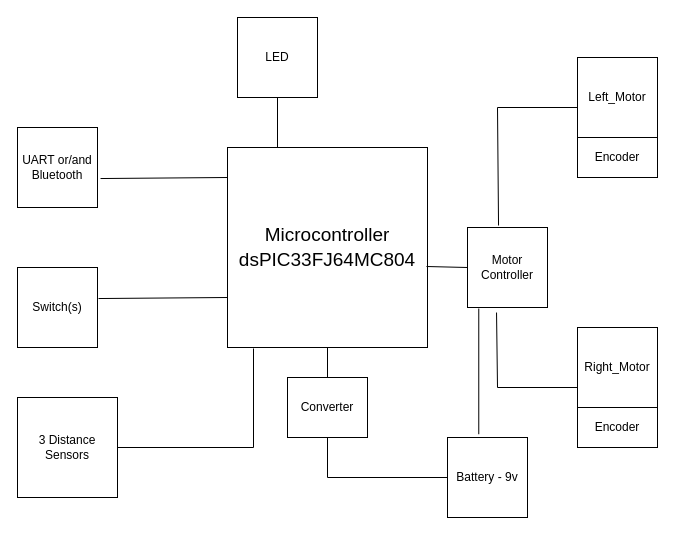
Earlier version of the draw.io diagram draft/block_diagram.drawio (AminSeffo/Micromouse). Source tidied: cells renumbered, new cells numbered last; positions are measured from the earlier drawing's top-left corner, leaving out a move shared by most shapes. Both pictures are drawn from the tidied source at 100%, with x=0, y=0 at pixel (17, 17).
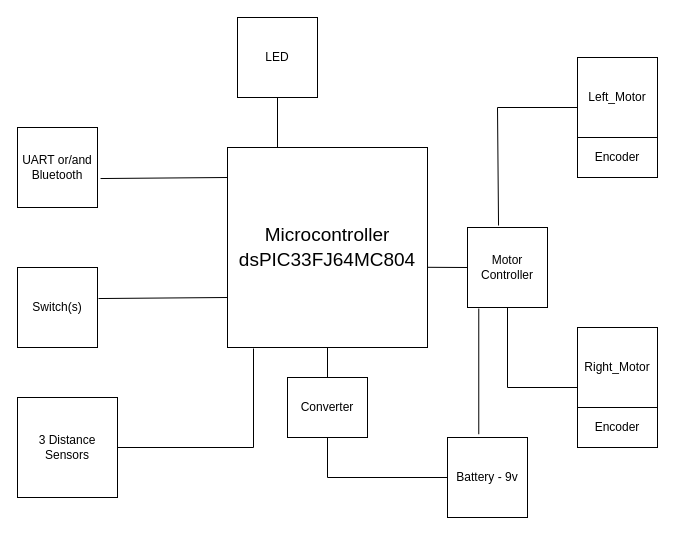
After the change.

The change refers to these unchanged cells:
```xml
<mxCell id="2" value="&lt;font style=&quot;font-size: 19px;&quot;&gt;Microcontroller&lt;br&gt;dsPIC33FJ64MC804&lt;/font&gt;&lt;span style=&quot;font-size: 20px;&quot;&gt;&lt;br&gt;&lt;/span&gt;" style="whiteSpace=wrap;html=1;" parent="1" vertex="1">
  <mxGeometry x="210" y="130" width="200" height="200" as="geometry" />
</mxCell>
<mxCell id="4" value="Right_Motor" style="whiteSpace=wrap;html=1;" parent="1" vertex="1">
  <mxGeometry x="560" y="310" width="80" height="80" as="geometry" />
</mxCell>
<mxCell id="17" value="&lt;div&gt;Motor &lt;br&gt;&lt;/div&gt;&lt;div&gt;Controller&lt;/div&gt;" style="whiteSpace=wrap;html=1;" parent="1" vertex="1">
  <mxGeometry x="450" y="210" width="80" height="80" as="geometry" />
</mxCell>
```

Change to the diagram source:
```diff
@@
-    <mxCell id="6" style="endArrow=none;html=1;rounded=0;exitX=0.363;exitY=1.063;exitDx=0;exitDy=0;exitPerimeter=0;entryX=0;entryY=0.75;entryDx=0;entryDy=0;endFill=0;" parent="1" edge="1" source="17" target="4">
+    <mxCell id="6" style="endArrow=none;html=1;rounded=0;entryX=0;entryY=0.75;entryDx=0;entryDy=0;endFill=0;" parent="1" edge="1" source="17" target="4">
       <mxGeometry relative="1" as="geometry">
         <Array as="points">
-          <mxPoint x="480" y="370" />
+          <mxPoint x="490" y="370" />
         </Array>
       </mxGeometry>
     </mxCell>
-    <mxCell id="7" style="endArrow=none;html=1;rounded=0;exitX=0.995;exitY=0.595;exitDx=0;exitDy=0;entryX=0;entryY=0.5;entryDx=0;entryDy=0;exitPerimeter=0;" parent="1" edge="1" source="2" target="17">
-      <mxGeometry relative="1" as="geometry" />
-    </mxCell>
@@
+    <mxCell id="24" style="endArrow=none;html=1;rounded=0;exitX=1.002;exitY=0.599;exitDx=0;exitDy=0;exitPerimeter=0;" parent="1" edge="1" source="2">
+      <mxGeometry relative="1" as="geometry">
+        <mxPoint x="450" y="250" as="targetPoint" />
+      </mxGeometry>
+    </mxCell>
```
